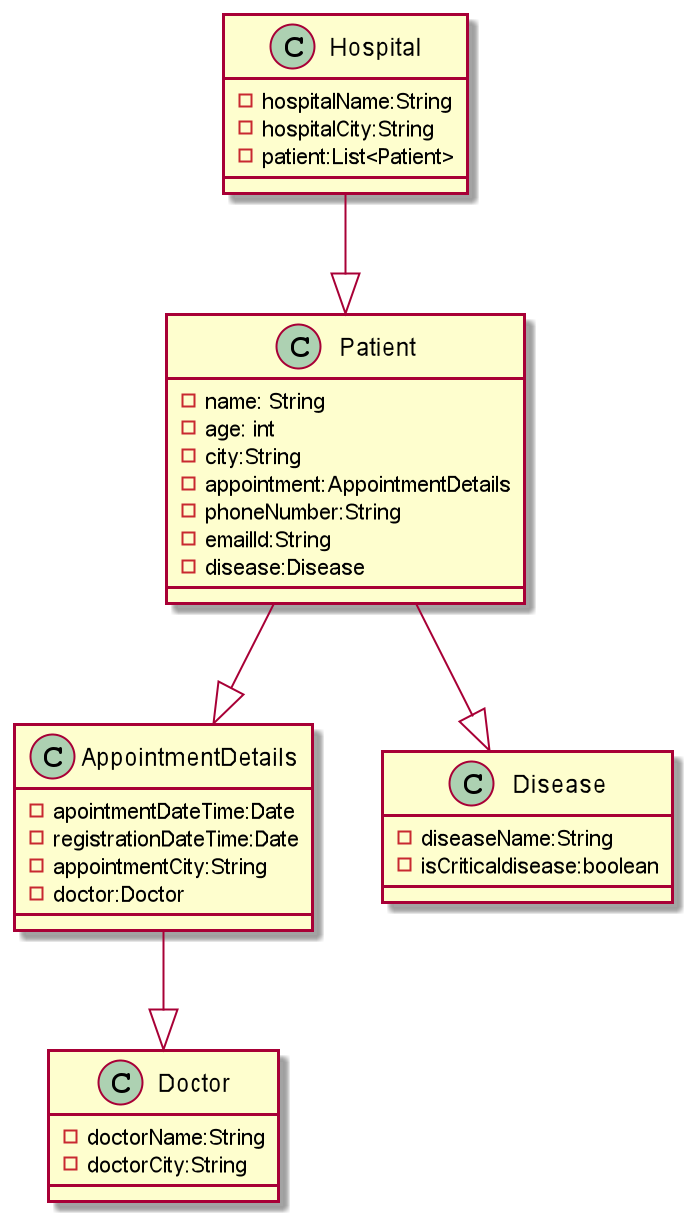
Above: classDagram.png in rahulpargaonkar/TVHospitalAssignment (PlantUML), before the change.
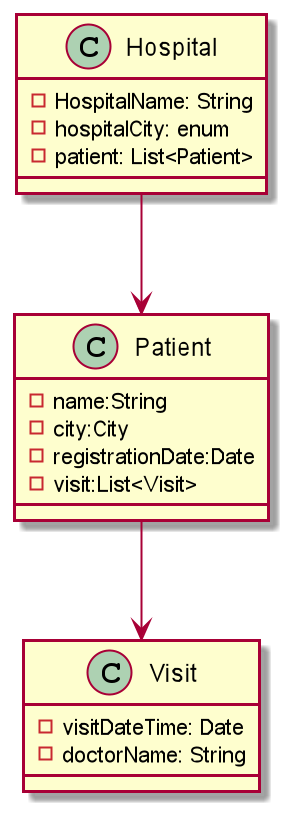
After the change.

The edit, as a diff of the source:
```diff
@@ -1,54 +1,44 @@
 @startuml
 
-class Hospital
-class Patient
-class AppointmentDetails
-class Disease
-class Doctor
+
+
+Hospital --> Patient
+Patient  --> Visit
 
 
 
 
-Hospital --|> Patient
-Patient --|> Disease
-Patient --|> AppointmentDetails
-AppointmentDetails--|> Doctor
+
+class Hospital{
+-HospitalName: String
+-hospitalCity: enum
+-patient: List<Patient>
+}
+
+
+class Visit{
+- visitDateTime: Date
+- doctorName: String
+}
+
+
+
+class Patient{
+     -name:String
+	 -city:City
+	 -registrationDate:Date
+	 -visit:List<Visit>
+}
 
 
 
 
-class Hospital {
-	-hospitalName:String
-	-hospitalCity:String
-	-patient:List<Patient>
-}
 
-class Patient {
-	 -name: String
-	 -age: int
-	 -city:String
-	 -appointment:AppointmentDetails
-	 -phoneNumber:String
-	 -emailId:String
-	 -disease:Disease
-}
 
-class AppointmentDetails {
-	 -apointmentDateTime:Date
-	 -registrationDateTime:Date
-	 -appointmentCity:String
-	 -doctor:Doctor
-}
 
-class Disease {
-	-diseaseName:String
-	-isCriticaldisease:boolean
-}
 
-class Doctor {
-	-doctorName:String
-	-doctorCity:String
-}
+
+
 
 
 @enduml
```
